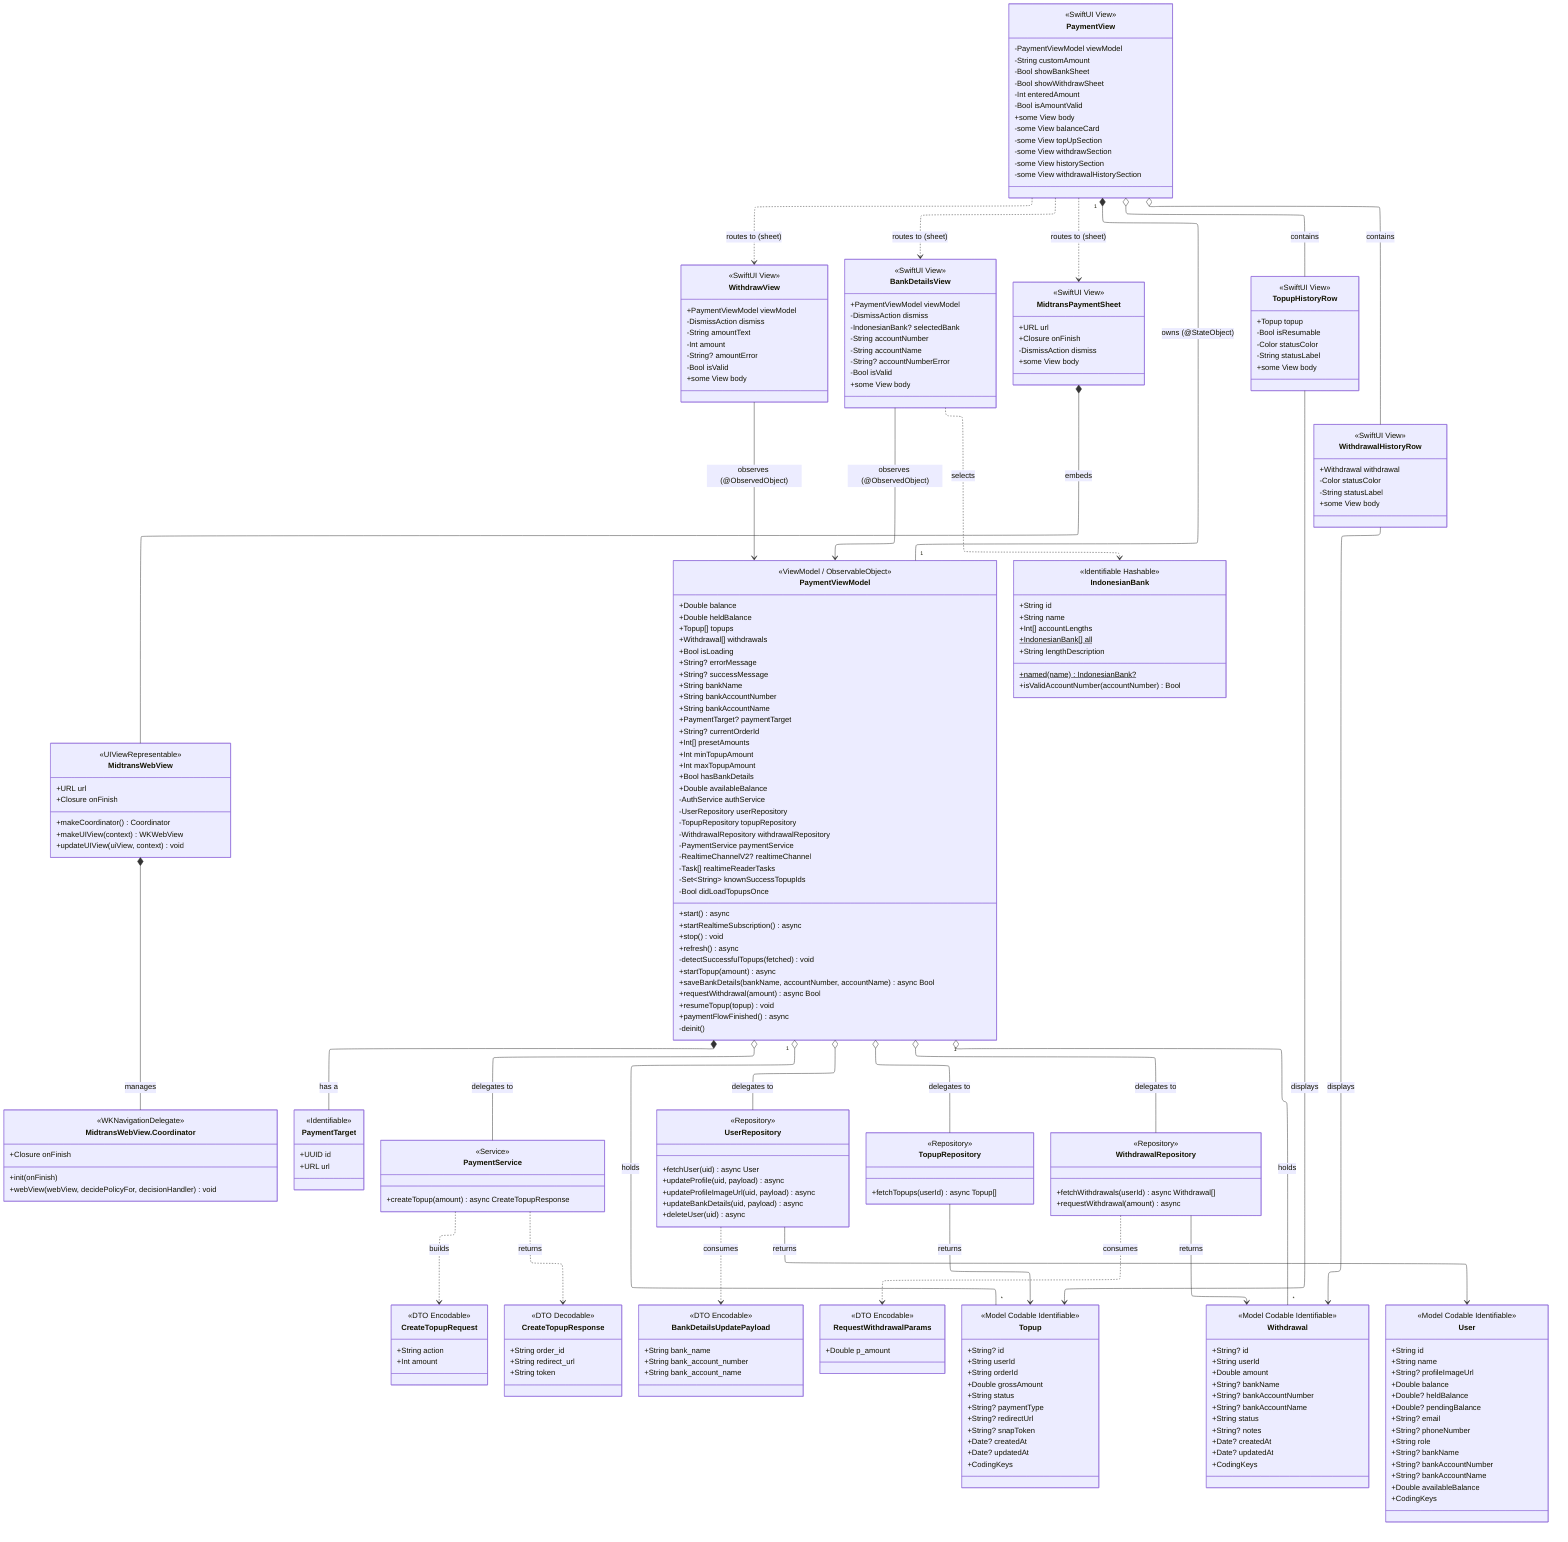
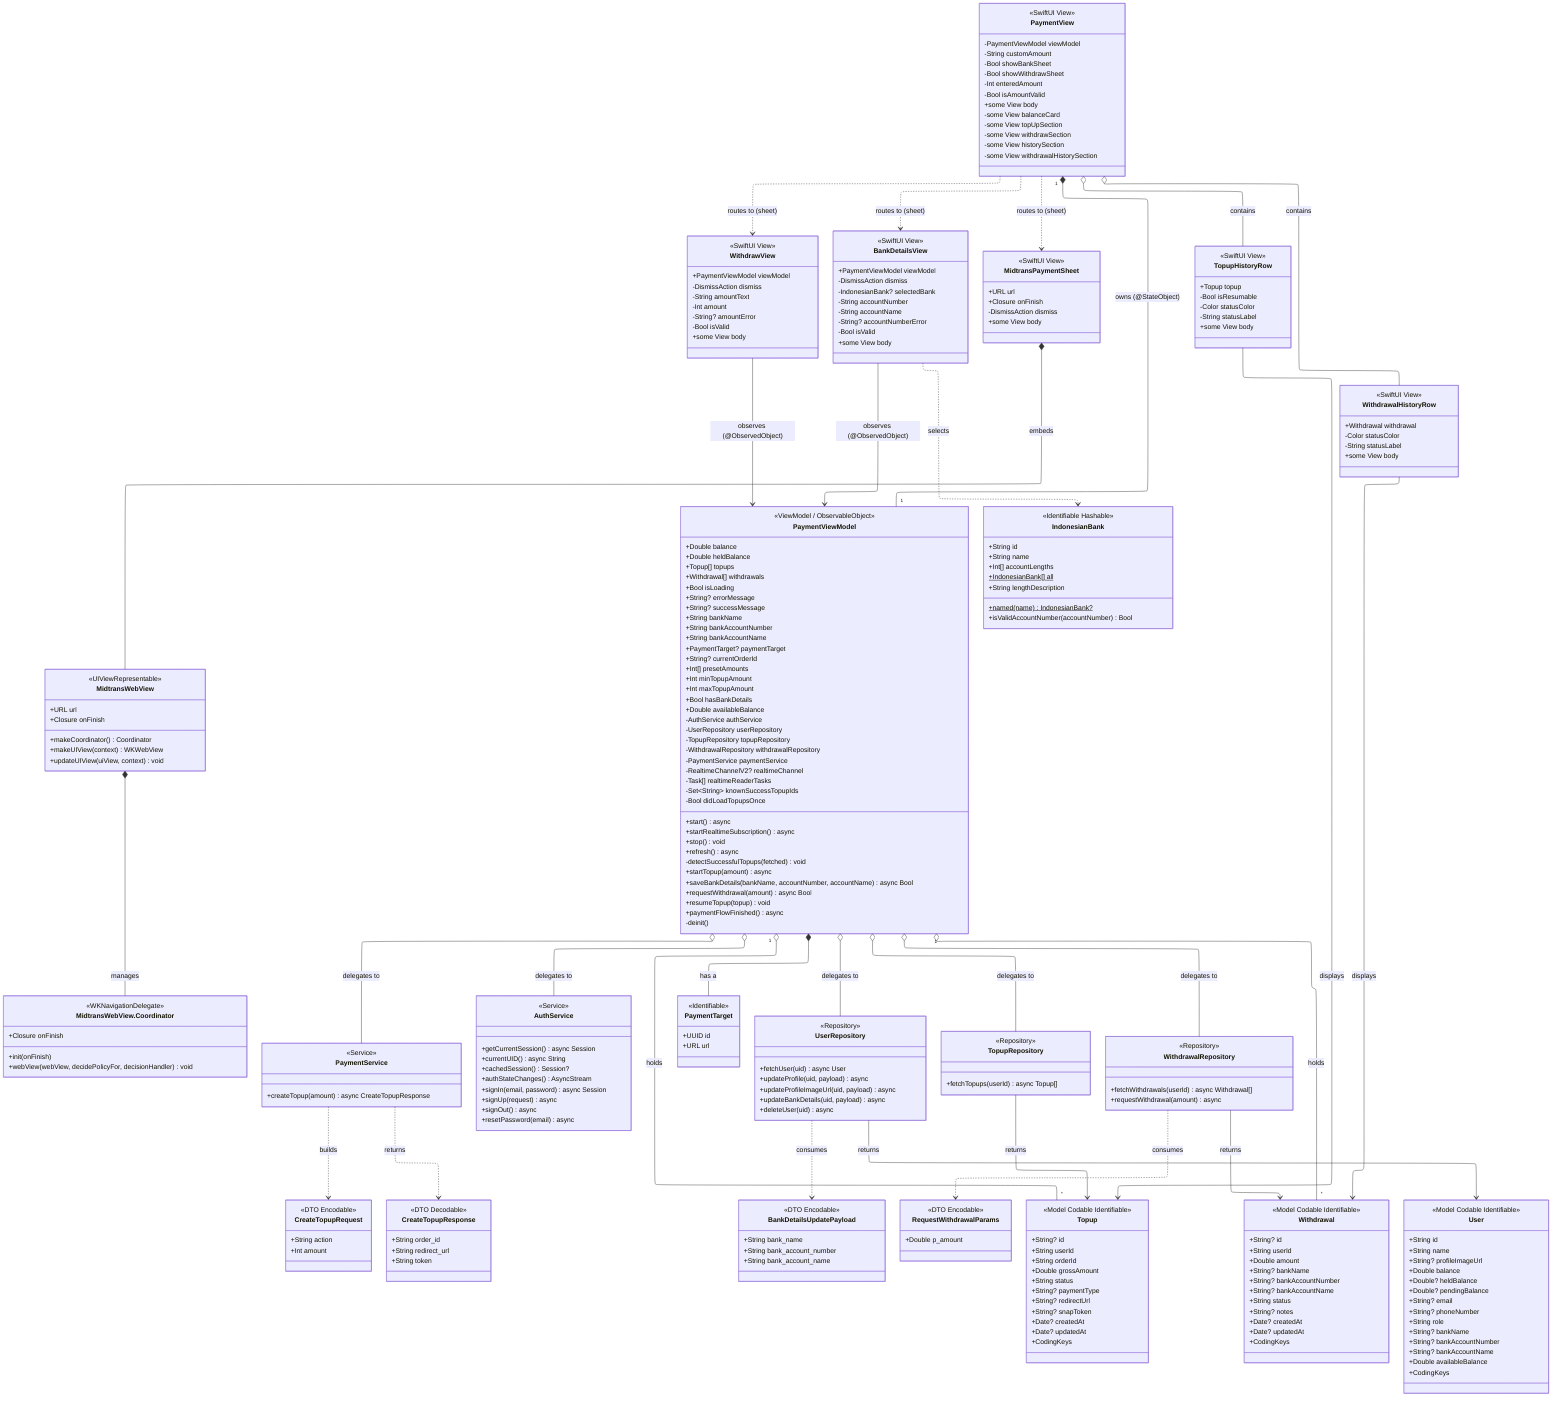
---
config:
  layout: elk
  elk:
    mergeEdges: false
    nodePlacementStrategy: NETWORK_SIMPLEX
---
classDiagram
    direction TB

    %% ============ VIEWS (Pages) ============
    class PaymentView["PaymentView"] {
        <<SwiftUI View>>
        -PaymentViewModel viewModel
        -String customAmount
        -Bool showBankSheet
        -Bool showWithdrawSheet
        -Int enteredAmount
        -Bool isAmountValid
        +some View body
        -some View balanceCard
        -some View topUpSection
        -some View withdrawSection
        -some View historySection
        -some View withdrawalHistorySection
    }

    class WithdrawView["WithdrawView"] {
        <<SwiftUI View>>
        +PaymentViewModel viewModel
        -DismissAction dismiss
        -String amountText
        -Int amount
        -String? amountError
        -Bool isValid
        +some View body
    }

    class BankDetailsView["BankDetailsView"] {
        <<SwiftUI View>>
        +PaymentViewModel viewModel
        -DismissAction dismiss
        -IndonesianBank? selectedBank
        -String accountNumber
        -String accountName
        -String? accountNumberError
        -Bool isValid
        +some View body
    }

    class MidtransPaymentSheet["MidtransPaymentSheet"] {
        <<SwiftUI View>>
        +URL url
        +Closure onFinish
        -DismissAction dismiss
        +some View body
    }

    %% ============ VIEWS (Components) ============
    class MidtransWebView["MidtransWebView"] {
        <<UIViewRepresentable>>
        +URL url
        +Closure onFinish
        +makeCoordinator() Coordinator
        +makeUIView(context) WKWebView
        +updateUIView(uiView, context) void
    }

    class Coordinator["MidtransWebView.Coordinator"] {
        <<WKNavigationDelegate>>
        +Closure onFinish
        +init(onFinish)
        +webView(webView, decidePolicyFor, decisionHandler) void
    }

    class TopupHistoryRow["TopupHistoryRow"] {
        <<SwiftUI View>>
        +Topup topup
        -Bool isResumable
        -Color statusColor
        -String statusLabel
        +some View body
    }

    class WithdrawalHistoryRow["WithdrawalHistoryRow"] {
        <<SwiftUI View>>
        +Withdrawal withdrawal
        -Color statusColor
        -String statusLabel
        +some View body
    }

    %% ============ VIEWMODEL ============
    class PaymentViewModel["PaymentViewModel"] {
        <<ViewModel / ObservableObject>>
        +Double balance
        +Double heldBalance
        +Topup[] topups
        +Withdrawal[] withdrawals
        +Bool isLoading
        +String? errorMessage
        +String? successMessage
        +String bankName
        +String bankAccountNumber
        +String bankAccountName
        +PaymentTarget? paymentTarget
        +String? currentOrderId
        +Int[] presetAmounts
        +Int minTopupAmount
        +Int maxTopupAmount
        +Bool hasBankDetails
        +Double availableBalance
        -AuthService authService
        -UserRepository userRepository
        -TopupRepository topupRepository
        -WithdrawalRepository withdrawalRepository
        -PaymentService paymentService
        -RealtimeChannelV2? realtimeChannel
        -Task[] realtimeReaderTasks
        -Set~String~ knownSuccessTopupIds
        -Bool didLoadTopupsOnce
        +start() async
        +startRealtimeSubscription() async
        +stop() void
        +refresh() async
        -detectSuccessfulTopups(fetched) void
        +startTopup(amount) async
        +saveBankDetails(bankName, accountNumber, accountName) async Bool
        +requestWithdrawal(amount) async Bool
        +resumeTopup(topup) void
        +paymentFlowFinished() async
        -deinit()
    }

    class PaymentTarget["PaymentTarget"] {
        <<Identifiable>>
        +UUID id
        +URL url
    }

    %% ============ SERVICE ============
    class PaymentService["PaymentService"] {
        <<Service>>
        +createTopup(amount) async CreateTopupResponse
    }

+     class AuthService["AuthService"] {
+         <<Service>>
+         +getCurrentSession() async Session
+         +currentUID() async String
+         +cachedSession() Session?
+         +authStateChanges() AsyncStream
+         +signIn(email, password) async Session
+         +signUp(request) async
+         +signOut() async
+         +resetPassword(email) async
+     }
+ 
    %% ============ REPOSITORIES ============
    class UserRepository["UserRepository"] {
        <<Repository>>
        +fetchUser(uid) async User
        +updateProfile(uid, payload) async
        +updateProfileImageUrl(uid, payload) async
        +updateBankDetails(uid, payload) async
        +deleteUser(uid) async
    }

    class TopupRepository["TopupRepository"] {
        <<Repository>>
        +fetchTopups(userId) async Topup[]
    }

    class WithdrawalRepository["WithdrawalRepository"] {
        <<Repository>>
        +fetchWithdrawals(userId) async Withdrawal[]
        +requestWithdrawal(amount) async
    }

    %% ============ DTOs ============
    class CreateTopupRequest["CreateTopupRequest"] {
        <<DTO Encodable>>
        +String action
        +Int amount
    }

    class CreateTopupResponse["CreateTopupResponse"] {
        <<DTO Decodable>>
        +String order_id
        +String redirect_url
        +String token
    }

    class BankDetailsUpdatePayload["BankDetailsUpdatePayload"] {
        <<DTO Encodable>>
        +String bank_name
        +String bank_account_number
        +String bank_account_name
    }

    class RequestWithdrawalParams["RequestWithdrawalParams"] {
        <<DTO Encodable>>
        +Double p_amount
    }

    %% ============ MODELS ============
    class Topup["Topup"] {
        <<Model Codable Identifiable>>
        +String? id
        +String userId
        +String orderId
        +Double grossAmount
        +String status
        +String? paymentType
        +String? redirectUrl
        +String? snapToken
        +Date? createdAt
        +Date? updatedAt
        +CodingKeys
    }

    class Withdrawal["Withdrawal"] {
        <<Model Codable Identifiable>>
        +String? id
        +String userId
        +Double amount
        +String? bankName
        +String? bankAccountNumber
        +String? bankAccountName
        +String status
        +String? notes
        +Date? createdAt
        +Date? updatedAt
        +CodingKeys
    }

    class IndonesianBank["IndonesianBank"] {
        <<Identifiable Hashable>>
        +String id
        +String name
        +Int[] accountLengths
        +IndonesianBank[] all$
        +String lengthDescription
        +named(name)$ IndonesianBank?
        +isValidAccountNumber(accountNumber) Bool
    }

    class User["User"] {
        <<Model Codable Identifiable>>
        +String id
        +String name
        +String? profileImageUrl
        +Double balance
        +Double? heldBalance
        +Double? pendingBalance
        +String? email
        +String? phoneNumber
        +String role
        +String? bankName
        +String? bankAccountNumber
        +String? bankAccountName
        +Double availableBalance
        +CodingKeys
    }

    %% ============ RELATIONSHIPS ============
    %% View -> ViewModel
    PaymentView "1" *-- "1" PaymentViewModel : owns (@StateObject)
    WithdrawView --> PaymentViewModel : observes (@ObservedObject)
    BankDetailsView --> PaymentViewModel : observes (@ObservedObject)

    %% View -> View (routing / containment)
    PaymentView ..> MidtransPaymentSheet : routes to (sheet)
    PaymentView ..> BankDetailsView : routes to (sheet)
    PaymentView ..> WithdrawView : routes to (sheet)
    PaymentView o-- TopupHistoryRow : contains
    PaymentView o-- WithdrawalHistoryRow : contains
    MidtransPaymentSheet *-- MidtransWebView : embeds
    MidtransWebView *-- Coordinator : manages

    %% ViewModel -> Service / Repositories
    PaymentViewModel *-- PaymentTarget : has a
+     PaymentViewModel o-- AuthService : delegates to
    PaymentViewModel o-- PaymentService : delegates to
    PaymentViewModel o-- UserRepository : delegates to
    PaymentViewModel o-- TopupRepository : delegates to
    PaymentViewModel o-- WithdrawalRepository : delegates to

    %% ViewModel -> Models (holds state)
    PaymentViewModel "1" o-- "*" Topup : holds
    PaymentViewModel "1" o-- "*" Withdrawal : holds

    %% View -> Model (display data)
    TopupHistoryRow --> Topup : displays
    WithdrawalHistoryRow --> Withdrawal : displays
    BankDetailsView ..> IndonesianBank : selects

    %% Service -> DTOs
    PaymentService ..> CreateTopupRequest : builds
    PaymentService ..> CreateTopupResponse : returns

    %% Repositories -> DTOs / Models
    UserRepository ..> BankDetailsUpdatePayload : consumes
    UserRepository --> User : returns
    TopupRepository --> Topup : returns
    WithdrawalRepository ..> RequestWithdrawalParams : consumes
    WithdrawalRepository --> Withdrawal : returns
